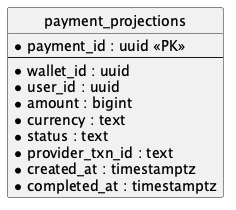
The PlantUML diagram week2/diagrams/erd-query.png in krsvyat/system-design, before a commit.
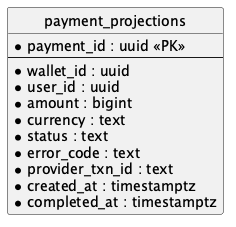
After the change.

Change to the diagram source:
```diff
@@ -9,6 +9,7 @@
   * amount : bigint
   * currency : text
   * status : text
+  * error_code : text
   * provider_txn_id : text
   * created_at : timestamptz
   * completed_at : timestamptz
```
